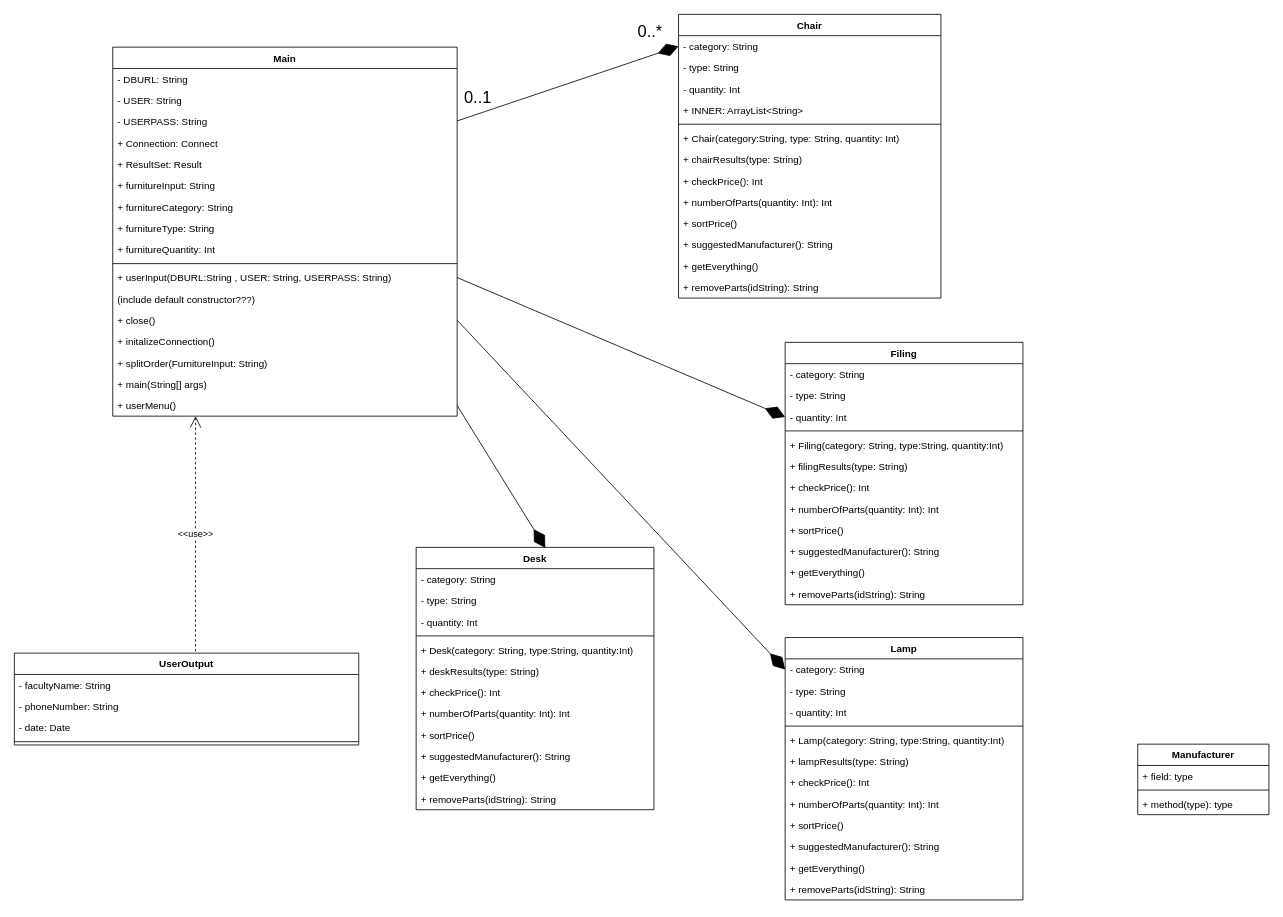
Earlier version of the draw.io diagram src/edu/ucalgary/ensf409/FinalProjectUML.drawio (MushtabaA/Supply-Chain-Project). Source tidied: cells renumbered, new cells numbered last; positions are measured from the earlier drawing's top-left corner, leaving out a move shared by most shapes. Both pictures are drawn from the tidied source at 82%, with x=0, y=0 at pixel (14, 14).
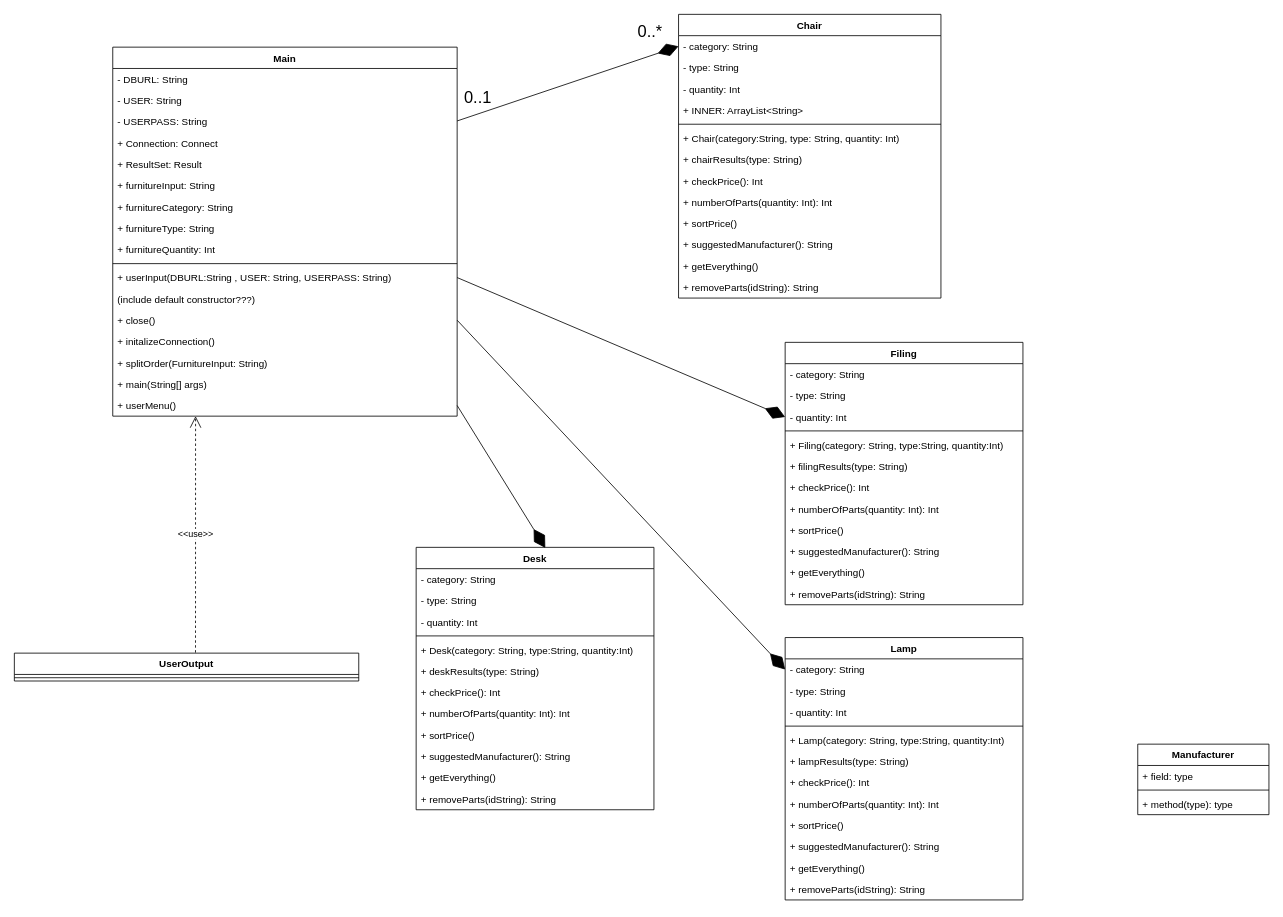
The same diagram, later.

Diff of the diagram source:
```diff
@@
     <mxCell id="55" value="UserOutput" style="swimlane;fontStyle=1;align=center;verticalAlign=top;horizontal=1;startSize=26;" parent="1" vertex="1">
-      <mxGeometry y="779" width="420" height="112" as="geometry" />
+      <mxGeometry y="779" width="420" height="34" as="geometry" />
     </mxCell>
-    <mxCell id="56" value="- facultyName: String" style="text;strokeColor=none;fillColor=none;align=left;verticalAlign=top;spacingLeft=4;spacingRight=4;overflow=hidden;" parent="55" vertex="1">
-      <mxGeometry y="26" width="420" height="26" as="geometry" />
-    </mxCell>
-    <mxCell id="57" value="- phoneNumber: String " style="text;strokeColor=none;fillColor=none;align=left;verticalAlign=top;spacingLeft=4;spacingRight=4;overflow=hidden;" parent="55" vertex="1">
-      <mxGeometry y="52" width="420" height="26" as="geometry" />
-    </mxCell>
-    <mxCell id="58" value="- date: Date" style="text;strokeColor=none;fillColor=none;align=left;verticalAlign=top;spacingLeft=4;spacingRight=4;overflow=hidden;" parent="55" vertex="1">
-      <mxGeometry y="78" width="420" height="26" as="geometry" />
-    </mxCell>
     <mxCell id="59" style="line;strokeWidth=1;fillColor=none;align=left;verticalAlign=middle;spacingTop=-1;spacingLeft=3;spacingRight=3;labelPosition=right;" parent="55" vertex="1">
-      <mxGeometry y="104" width="420" height="8" as="geometry" />
+      <mxGeometry y="26" width="420" height="8" as="geometry" />
     </mxCell>
```
